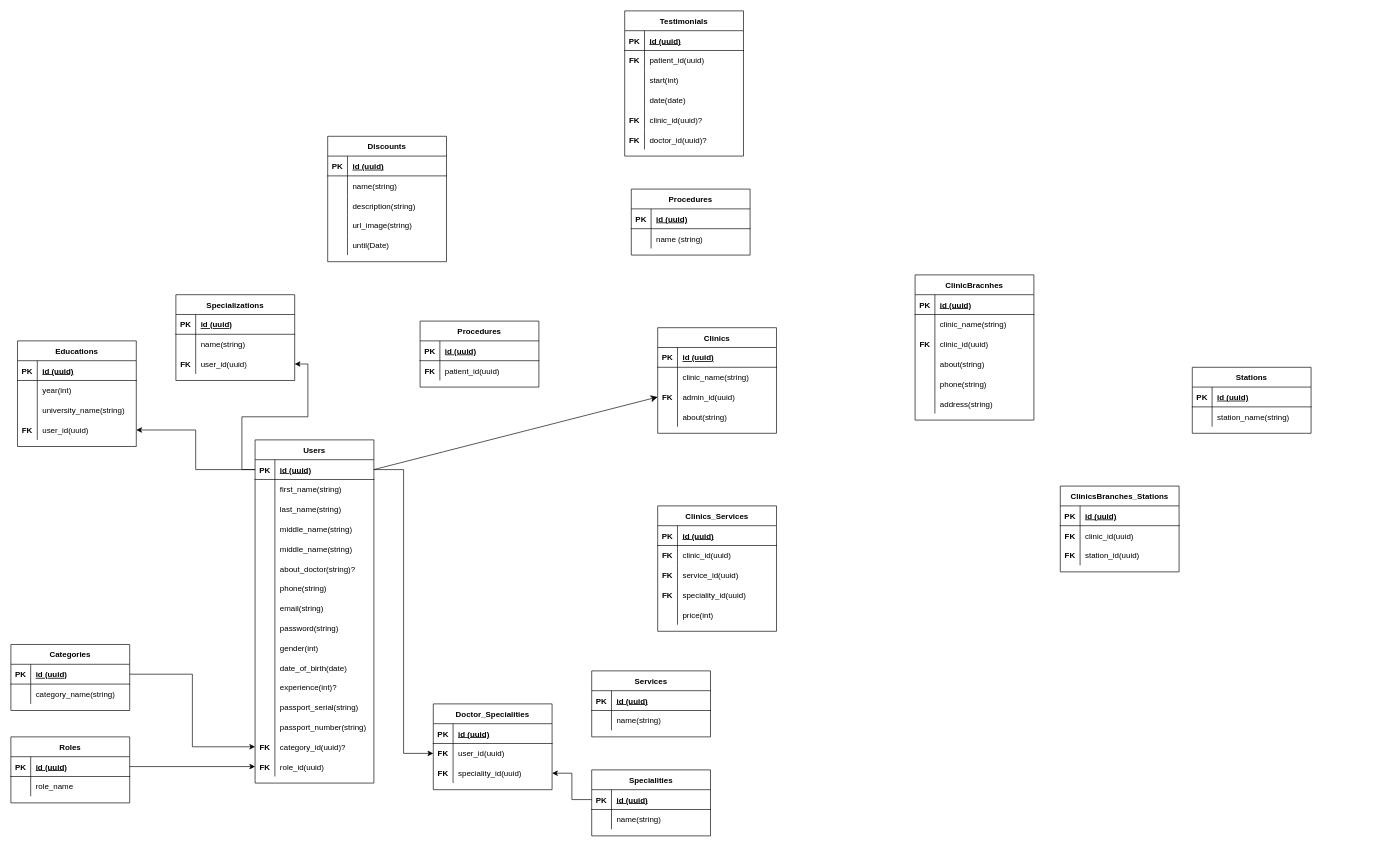
Above: Untitled Diagram.drawio in fao30/sector (draw.io), before the change. Source tidied: cells renumbered, new cells numbered last; positions are measured from the earlier drawing's top-left corner, leaving out a move shared by most shapes. Both pictures are drawn from the tidied source at 66%, with x=0, y=0 at pixel (11, 11).
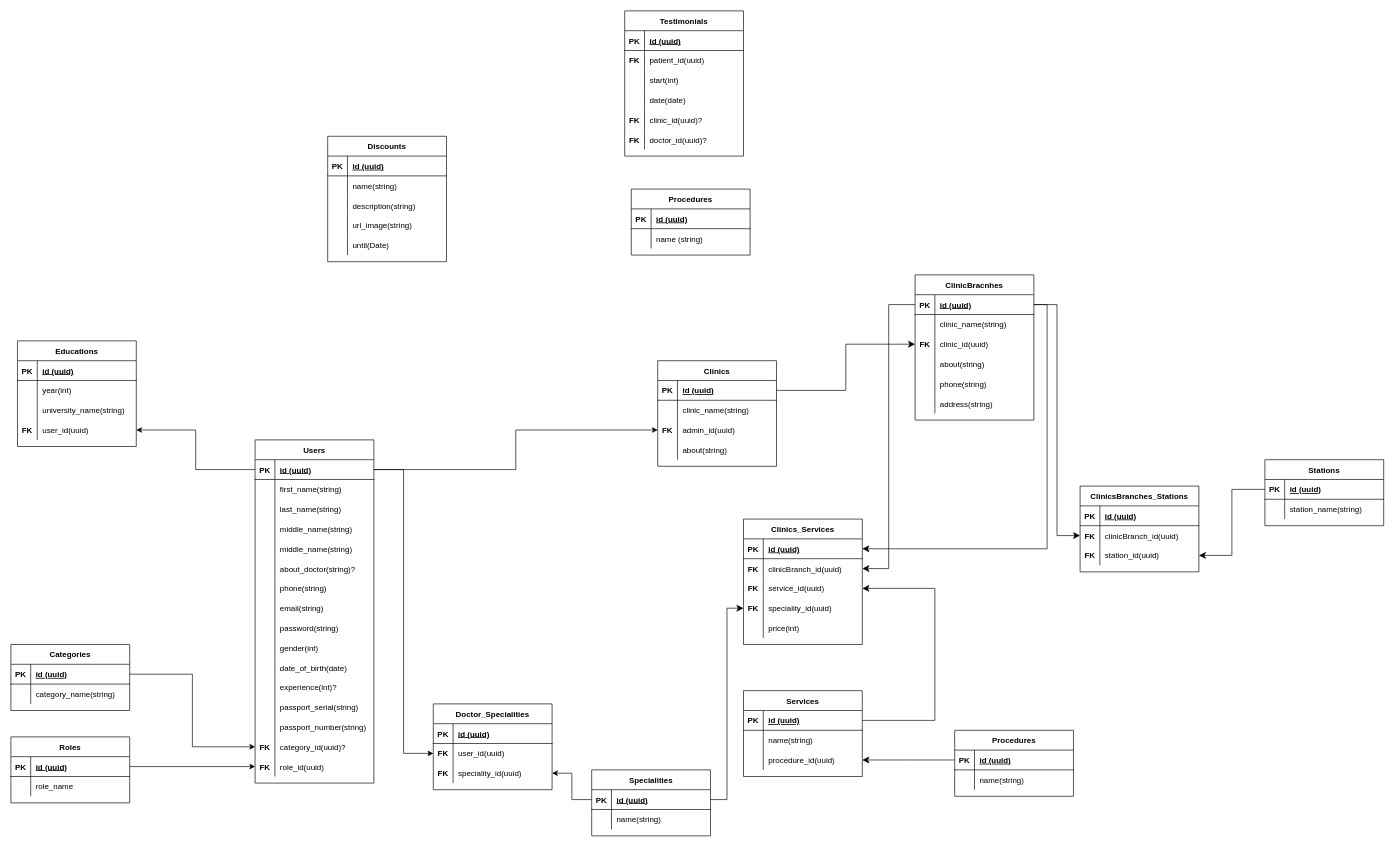
After the change.

Unchanged cells that the change refers to:
```xml
<mxCell id="3" style="shape=tableRow;horizontal=0;startSize=0;swimlaneHead=0;swimlaneBody=0;fillColor=none;points=[[0,0.5],[1,0.5]];portConstraint=eastwest;top=0;left=0;right=0;bottom=1;" parent="2" vertex="1">
  <mxGeometry y="30" width="180" height="30" as="geometry" />
</mxCell>
<mxCell id="59" style="shape=tableRow;horizontal=0;startSize=0;swimlaneHead=0;swimlaneBody=0;fillColor=none;points=[[0,0.5],[1,0.5]];portConstraint=eastwest;top=0;left=0;right=0;bottom=1;" parent="58" vertex="1">
  <mxGeometry y="30" width="180" height="30" as="geometry" />
</mxCell>
<mxCell id="65" style="shape=tableRow;horizontal=0;startSize=0;swimlaneHead=0;swimlaneBody=0;fillColor=none;points=[[0,0.5],[1,0.5]];portConstraint=eastwest;top=0;left=0;right=0;bottom=0;" parent="58" vertex="1">
  <mxGeometry y="90" width="180" height="30" as="geometry" />
</mxCell>
<mxCell id="72" style="shape=tableRow;horizontal=0;startSize=0;swimlaneHead=0;swimlaneBody=0;fillColor=none;points=[[0,0.5],[1,0.5]];portConstraint=eastwest;top=0;left=0;right=0;bottom=1;" parent="71" vertex="1">
  <mxGeometry y="30" width="180" height="30" as="geometry" />
</mxCell>
<mxCell id="82" style="shape=tableRow;horizontal=0;startSize=0;swimlaneHead=0;swimlaneBody=0;fillColor=none;points=[[0,0.5],[1,0.5]];portConstraint=eastwest;top=0;left=0;right=0;bottom=0;" parent="78" vertex="1">
  <mxGeometry y="60" width="180" height="30" as="geometry" />
</mxCell>
<mxCell id="85" style="shape=tableRow;horizontal=0;startSize=0;swimlaneHead=0;swimlaneBody=0;fillColor=none;points=[[0,0.5],[1,0.5]];portConstraint=eastwest;top=0;left=0;right=0;bottom=0;" parent="78" vertex="1">
  <mxGeometry y="90" width="180" height="30" as="geometry" />
</mxCell>
<mxCell id="89" style="shape=tableRow;horizontal=0;startSize=0;swimlaneHead=0;swimlaneBody=0;fillColor=none;points=[[0,0.5],[1,0.5]];portConstraint=eastwest;top=0;left=0;right=0;bottom=1;" parent="88" vertex="1">
  <mxGeometry y="30" width="180" height="30" as="geometry" />
</mxCell>
<mxCell id="95" style="shape=tableRow;horizontal=0;startSize=0;swimlaneHead=0;swimlaneBody=0;fillColor=none;points=[[0,0.5],[1,0.5]];portConstraint=eastwest;top=0;left=0;right=0;bottom=0;" parent="88" vertex="1">
  <mxGeometry y="90" width="180" height="30" as="geometry" />
</mxCell>
<mxCell id="169" style="shape=tableRow;horizontal=0;startSize=0;swimlaneHead=0;swimlaneBody=0;fillColor=none;points=[[0,0.5],[1,0.5]];portConstraint=eastwest;top=0;left=0;right=0;bottom=1;" parent="168" vertex="1">
  <mxGeometry y="30" width="180" height="30" as="geometry" />
</mxCell>
<mxCell id="172" style="shape=tableRow;horizontal=0;startSize=0;swimlaneHead=0;swimlaneBody=0;fillColor=none;top=0;left=0;right=0;bottom=0;" parent="168" vertex="1">
  <mxGeometry y="60" width="180" height="30" as="geometry" />
</mxCell>
<mxCell id="183" style="shape=tableRow;horizontal=0;startSize=0;swimlaneHead=0;swimlaneBody=0;fillColor=none;points=[[0,0.5],[1,0.5]];portConstraint=eastwest;top=0;left=0;right=0;bottom=1;" parent="182" vertex="1">
  <mxGeometry y="30" width="180" height="30" as="geometry" />
</mxCell>
<mxCell id="202" style="shape=tableRow;horizontal=0;startSize=0;swimlaneHead=0;swimlaneBody=0;fillColor=none;points=[[0,0.5],[1,0.5]];portConstraint=eastwest;top=0;left=0;right=0;bottom=1;" parent="201" vertex="1">
  <mxGeometry y="30" width="180" height="30" as="geometry" />
</mxCell>
<mxCell id="209" style="shape=tableRow;horizontal=0;startSize=0;swimlaneHead=0;swimlaneBody=0;fillColor=none;points=[[0,0.5],[1,0.5]];portConstraint=eastwest;top=0;left=0;right=0;bottom=1;" parent="208" vertex="1">
  <mxGeometry y="30" width="180" height="30" as="geometry" />
</mxCell>
<mxCell id="212" style="shape=tableRow;horizontal=0;startSize=0;swimlaneHead=0;swimlaneBody=0;fillColor=none;points=[[0,0.5],[1,0.5]];portConstraint=eastwest;top=0;left=0;right=0;bottom=0;" parent="208" vertex="1">
  <mxGeometry y="60" width="180" height="30" as="geometry" />
</mxCell>
<mxCell id="215" style="shape=tableRow;horizontal=0;startSize=0;swimlaneHead=0;swimlaneBody=0;fillColor=none;points=[[0,0.5],[1,0.5]];portConstraint=eastwest;top=0;left=0;right=0;bottom=0;" parent="208" vertex="1">
  <mxGeometry y="90" width="180" height="30" as="geometry" />
</mxCell>
<mxCell id="218" style="shape=tableRow;horizontal=0;startSize=0;swimlaneHead=0;swimlaneBody=0;fillColor=none;points=[[0,0.5],[1,0.5]];portConstraint=eastwest;top=0;left=0;right=0;bottom=0;" parent="208" vertex="1">
  <mxGeometry y="120" width="180" height="30" as="geometry" />
</mxCell>
```

The edit, as a diff of the source:
```diff
@@
     <mxCell id="58" value="Clinics" style="shape=table;startSize=30;childLayout=tableLayout;rowLines=0;fontStyle=1;align=center;" parent="1" vertex="1">
-      <mxGeometry x="980" y="480" width="180" height="160" as="geometry" />
+      <mxGeometry x="980" y="530" width="180" height="160" as="geometry" />
     </mxCell>
@@
     <mxCell id="71" value="Stations" style="shape=table;startSize=30;childLayout=tableLayout;rowLines=0;fontStyle=1;align=center;" parent="1" vertex="1">
-      <mxGeometry x="1790" y="540" width="180" height="100" as="geometry" />
+      <mxGeometry x="1900" y="680" width="180" height="100" as="geometry" />
     </mxCell>
@@
     <mxCell id="78" value="ClinicsBranches_Stations" style="shape=table;startSize=30;childLayout=tableLayout;rowLines=0;fontStyle=1;align=center;" parent="1" vertex="1">
-      <mxGeometry x="1590" y="720" width="180" height="130" as="geometry" />
+      <mxGeometry x="1620" y="720" width="180" height="130" as="geometry" />
     </mxCell>
@@
-    <mxCell id="84" value="clinic_id(uuid)" style="shape=partialRectangle;fillColor=none;top=0;left=0;bottom=0;right=0;align=left;spacingLeft=6;overflow=hidden;" parent="82" vertex="1">
+    <mxCell id="84" value="clinicBranch_id(uuid)" style="shape=partialRectangle;fillColor=none;top=0;left=0;bottom=0;right=0;align=left;spacingLeft=6;overflow=hidden;" parent="82" vertex="1">
       <mxGeometry x="30" width="150" height="30" as="geometry" />
     </mxCell>
@@
-    <mxCell id="141" value="Specializations" style="shape=table;startSize=30;childLayout=tableLayout;rowLines=0;fontStyle=1;align=center;" parent="1" vertex="1">
-      <mxGeometry x="250" y="430" width="180" height="130" as="geometry" />
-    </mxCell>
-    <mxCell id="142" style="shape=tableRow;horizontal=0;startSize=0;swimlaneHead=0;swimlaneBody=0;fillColor=none;top=0;left=0;right=0;bottom=1;" parent="141" vertex="1">
-      <mxGeometry y="30" width="180" height="30" as="geometry" />
-    </mxCell>
-    <mxCell id="143" value="PK" style="shape=partialRectangle;fillColor=none;top=0;left=0;bottom=0;right=0;fontStyle=1;overflow=hidden;" parent="142" vertex="1">
-      <mxGeometry width="30" height="30" as="geometry" />
-    </mxCell>
-    <mxCell id="144" value="id (uuid)" style="shape=partialRectangle;fillColor=none;top=0;left=0;bottom=0;right=0;align=left;spacingLeft=6;fontStyle=5;overflow=hidden;" parent="142" vertex="1">
-      <mxGeometry x="30" width="150" height="30" as="geometry" />
-    </mxCell>
-    <mxCell id="145" style="shape=tableRow;horizontal=0;startSize=0;swimlaneHead=0;swimlaneBody=0;fillColor=none;top=0;left=0;right=0;bottom=0;" parent="141" vertex="1">
-      <mxGeometry y="60" width="180" height="30" as="geometry" />
-    </mxCell>
-    <mxCell id="146" style="shape=partialRectangle;fillColor=none;top=0;left=0;bottom=0;right=0;overflow=hidden;" parent="145" vertex="1">
-      <mxGeometry width="30" height="30" as="geometry" />
-    </mxCell>
-    <mxCell id="147" value="name(string)" style="shape=partialRectangle;fillColor=none;top=0;left=0;bottom=0;right=0;align=left;spacingLeft=6;overflow=hidden;" parent="145" vertex="1">
-      <mxGeometry x="30" width="150" height="30" as="geometry" />
-    </mxCell>
-    <mxCell id="148" style="shape=tableRow;horizontal=0;startSize=0;swimlaneHead=0;swimlaneBody=0;fillColor=none;points=[[0,0.5],[1,0.5]];portConstraint=eastwest;top=0;left=0;right=0;bottom=0;" parent="141" vertex="1">
-      <mxGeometry y="90" width="180" height="30" as="geometry" />
-    </mxCell>
-    <mxCell id="149" value="FK" style="shape=partialRectangle;fillColor=none;top=0;left=0;bottom=0;right=0;overflow=hidden;fontStyle=1;" parent="148" vertex="1">
-      <mxGeometry width="30" height="30" as="geometry" />
-    </mxCell>
-    <mxCell id="150" value="user_id(uuid)" style="shape=partialRectangle;fillColor=none;top=0;left=0;bottom=0;right=0;align=left;spacingLeft=6;overflow=hidden;" parent="148" vertex="1">
-      <mxGeometry x="30" width="150" height="30" as="geometry" />
-    </mxCell>
-    <mxCell id="151" style="edgeStyle=orthogonalEdgeStyle;rounded=0;jettySize=auto;html=1;exitX=0;exitY=0.5;exitDx=0;exitDy=0;entryX=1;entryY=0.5;entryDx=0;entryDy=0;" parent="1" edge="1" source="3" target="148">
-      <mxGeometry relative="1" as="geometry" />
-    </mxCell>
@@
     <mxCell id="168" value="Procedures" style="shape=table;startSize=30;childLayout=tableLayout;rowLines=0;fontStyle=1;align=center;" parent="1" vertex="1">
-      <mxGeometry x="620" y="470" width="180" height="100" as="geometry" />
+      <mxGeometry x="1430" y="1090" width="180" height="100" as="geometry" />
     </mxCell>
@@
-    <mxCell id="173" value="FK" style="shape=partialRectangle;fillColor=none;top=0;left=0;bottom=0;right=0;overflow=hidden;fontStyle=1;" parent="172" vertex="1">
+    <mxCell id="173" style="shape=partialRectangle;fillColor=none;top=0;left=0;bottom=0;right=0;overflow=hidden;fontStyle=1;" parent="172" vertex="1">
       <mxGeometry width="30" height="30" as="geometry" />
     </mxCell>
-    <mxCell id="174" value="patient_id(uuid)" style="shape=partialRectangle;fillColor=none;top=0;left=0;bottom=0;right=0;align=left;spacingLeft=6;overflow=hidden;" parent="172" vertex="1">
+    <mxCell id="174" value="name(string)" style="shape=partialRectangle;fillColor=none;top=0;left=0;bottom=0;right=0;align=left;spacingLeft=6;overflow=hidden;" parent="172" vertex="1">
       <mxGeometry x="30" width="150" height="30" as="geometry" />
     </mxCell>
@@
     <mxCell id="201" value="Services" style="shape=table;startSize=30;childLayout=tableLayout;rowLines=0;fontStyle=1;align=center;" parent="1" vertex="1">
-      <mxGeometry x="880" y="1000" width="180" height="100" as="geometry" />
+      <mxGeometry x="1110" y="1030" width="180" height="130" as="geometry" />
     </mxCell>
@@
+    <mxCell id="148" style="shape=tableRow;horizontal=0;startSize=0;swimlaneHead=0;swimlaneBody=0;fillColor=none;points=[[0,0.5],[1,0.5]];portConstraint=eastwest;top=0;left=0;right=0;bottom=0;" parent="201" vertex="1">
+      <mxGeometry y="90" width="180" height="30" as="geometry" />
+    </mxCell>
+    <mxCell id="146" style="shape=partialRectangle;fillColor=none;top=0;left=0;bottom=0;right=0;overflow=hidden;" parent="148" vertex="1">
+      <mxGeometry width="30" height="30" as="geometry" />
+    </mxCell>
+    <mxCell id="233" value="procedure_id(uuid)" style="shape=partialRectangle;fillColor=none;top=0;left=0;bottom=0;right=0;align=left;spacingLeft=6;overflow=hidden;" parent="148" vertex="1">
+      <mxGeometry x="30" width="150" height="30" as="geometry" />
+    </mxCell>
     <mxCell id="208" value="Clinics_Services" style="shape=table;startSize=30;childLayout=tableLayout;rowLines=0;fontStyle=1;align=center;" parent="1" vertex="1">
-      <mxGeometry x="980" y="750" width="180" height="190" as="geometry" />
+      <mxGeometry x="1110" y="770" width="180" height="190" as="geometry" />
     </mxCell>
@@
-    <mxCell id="214" value="clinic_id(uuid)" style="shape=partialRectangle;fillColor=none;top=0;left=0;bottom=0;right=0;align=left;spacingLeft=6;overflow=hidden;" parent="212" vertex="1">
+    <mxCell id="214" value="clinicBranch_id(uuid)" style="shape=partialRectangle;fillColor=none;top=0;left=0;bottom=0;right=0;align=left;spacingLeft=6;overflow=hidden;" parent="212" vertex="1">
       <mxGeometry x="30" width="150" height="30" as="geometry" />
     </mxCell>
@@
-    <mxCell id="232" style="edgeStyle=none;curved=1;rounded=0;jettySize=auto;html=1;exitX=1;exitY=0.5;exitDx=0;exitDy=0;entryX=0;entryY=0.5;entryDx=0;entryDy=0;fontSize=12;startSize=8;endSize=8;" parent="1" edge="1" source="3" target="65">
+    <mxCell id="232" style="edgeStyle=orthogonalEdgeStyle;rounded=0;jettySize=auto;html=1;exitX=1;exitY=0.5;exitDx=0;exitDy=0;entryX=0;entryY=0.5;entryDx=0;entryDy=0;" parent="1" edge="1" source="3" target="65">
       <mxGeometry relative="1" as="geometry" />
     </mxCell>
+    <mxCell id="234" style="edgeStyle=elbowEdgeStyle;elbow=vertical;endArrow=classic;html=1;curved=0;rounded=0;endSize=8;startSize=8;fontSize=12;exitX=1;exitY=0.5;exitDx=0;exitDy=0;entryX=1;entryY=0.5;entryDx=0;entryDy=0;" parent="1" edge="1" source="89" target="209">
+      <mxGeometry relative="1" as="geometry">
+        <Array as="points">
+          <mxPoint x="1570" y="610" />
+          <mxPoint x="1650" y="650" />
+          <mxPoint x="1500" y="670" />
+        </Array>
+      </mxGeometry>
+    </mxCell>
+    <mxCell id="235" style="edgeStyle=elbowEdgeStyle;elbow=horizontal;endArrow=classic;html=1;curved=0;rounded=0;endSize=8;startSize=8;fontSize=12;exitX=1;exitY=0.5;exitDx=0;exitDy=0;entryX=0;entryY=0.5;entryDx=0;entryDy=0;" parent="1" edge="1" source="59" target="95">
+      <mxGeometry relative="1" as="geometry" />
+    </mxCell>
+    <mxCell id="236" style="edgeStyle=elbowEdgeStyle;elbow=horizontal;endArrow=classic;html=1;curved=0;rounded=0;endSize=8;startSize=8;fontSize=12;exitX=1;exitY=0.5;exitDx=0;exitDy=0;" parent="1" edge="1" source="202" target="215">
+      <mxGeometry relative="1" as="geometry">
+        <Array as="points">
+          <mxPoint x="1400" y="950" />
+        </Array>
+      </mxGeometry>
+    </mxCell>
+    <mxCell id="237" style="edgeStyle=elbowEdgeStyle;endArrow=classic;html=1;rounded=0;endSize=8;startSize=8;fontSize=12;exitX=0;exitY=0.5;exitDx=0;exitDy=0;entryX=1;entryY=0.5;entryDx=0;entryDy=0;" parent="1" edge="1" source="89" target="212">
+      <mxGeometry relative="1" as="geometry" />
+    </mxCell>
+    <mxCell id="238" style="edgeStyle=elbowEdgeStyle;elbow=horizontal;endArrow=classic;html=1;curved=0;rounded=0;endSize=8;startSize=8;fontSize=12;exitX=1;exitY=0.5;exitDx=0;exitDy=0;" parent="1" edge="1" source="89" target="82">
+      <mxGeometry relative="1" as="geometry" />
+    </mxCell>
+    <mxCell id="239" style="edgeStyle=elbowEdgeStyle;rounded=0;jettySize=auto;html=1;exitX=0;exitY=0.5;exitDx=0;exitDy=0;entryX=1;entryY=0.5;entryDx=0;entryDy=0;fontSize=12;startSize=8;endSize=8;" parent="1" edge="1" source="72" target="85">
+      <mxGeometry relative="1" as="geometry" />
+    </mxCell>
+    <mxCell id="240" style="edgeStyle=elbowEdgeStyle;rounded=0;jettySize=auto;html=1;fontSize=12;startSize=8;endSize=8;exitX=0;exitY=0.5;exitDx=0;exitDy=0;" parent="1" edge="1" source="169">
+      <mxGeometry relative="1" as="geometry">
+        <mxPoint x="1290" y="1135" as="targetPoint" />
+      </mxGeometry>
+    </mxCell>
+    <mxCell id="241" style="edgeStyle=elbowEdgeStyle;rounded=0;jettySize=auto;html=1;exitX=1;exitY=0.5;exitDx=0;exitDy=0;entryX=0;entryY=0.5;entryDx=0;entryDy=0;fontSize=12;startSize=8;endSize=8;" parent="1" edge="1" source="183" target="218">
+      <mxGeometry relative="1" as="geometry" />
+    </mxCell>
```
